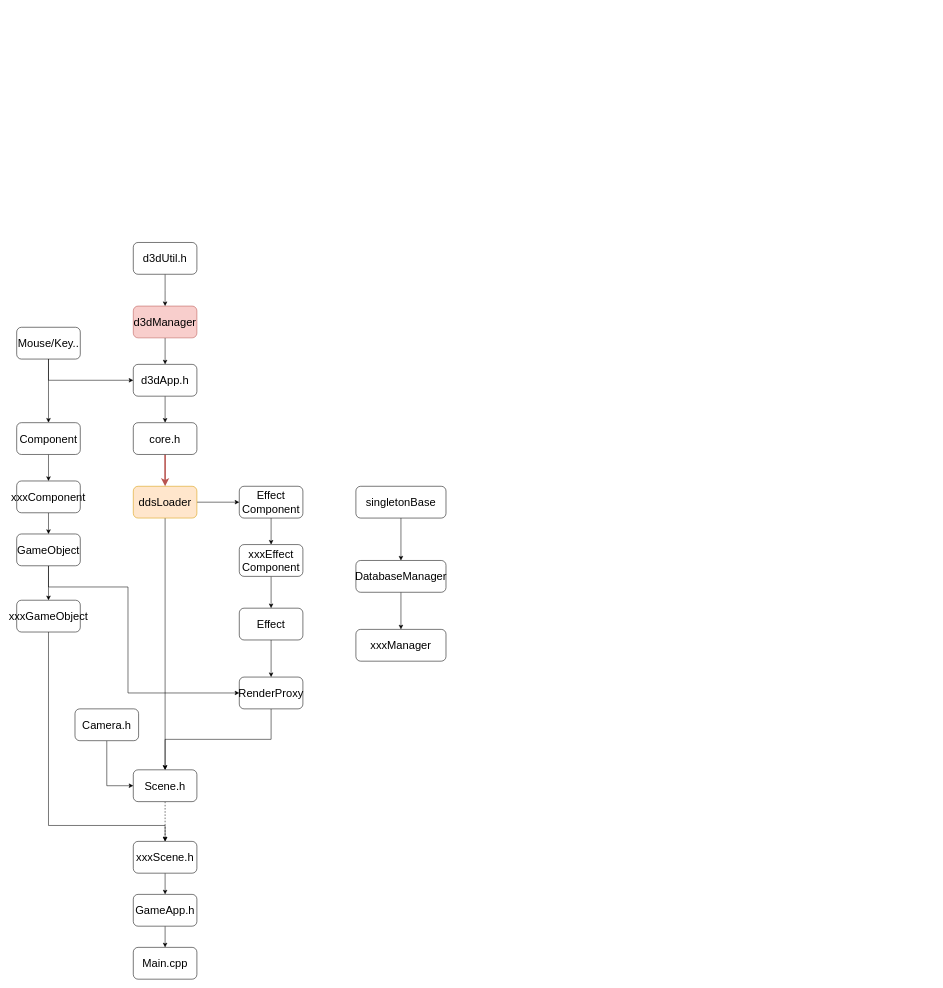
Before: 依赖图咪.drawio in morphotherain/GrassRootAI, a draw.io diagram. Source tidied: cells renumbered, new cells numbered last; positions are measured from the earlier drawing's top-left corner, leaving out a move shared by most shapes. Both pictures are drawn from the tidied source at 53%, with x=0, y=0 at pixel (16, 242).
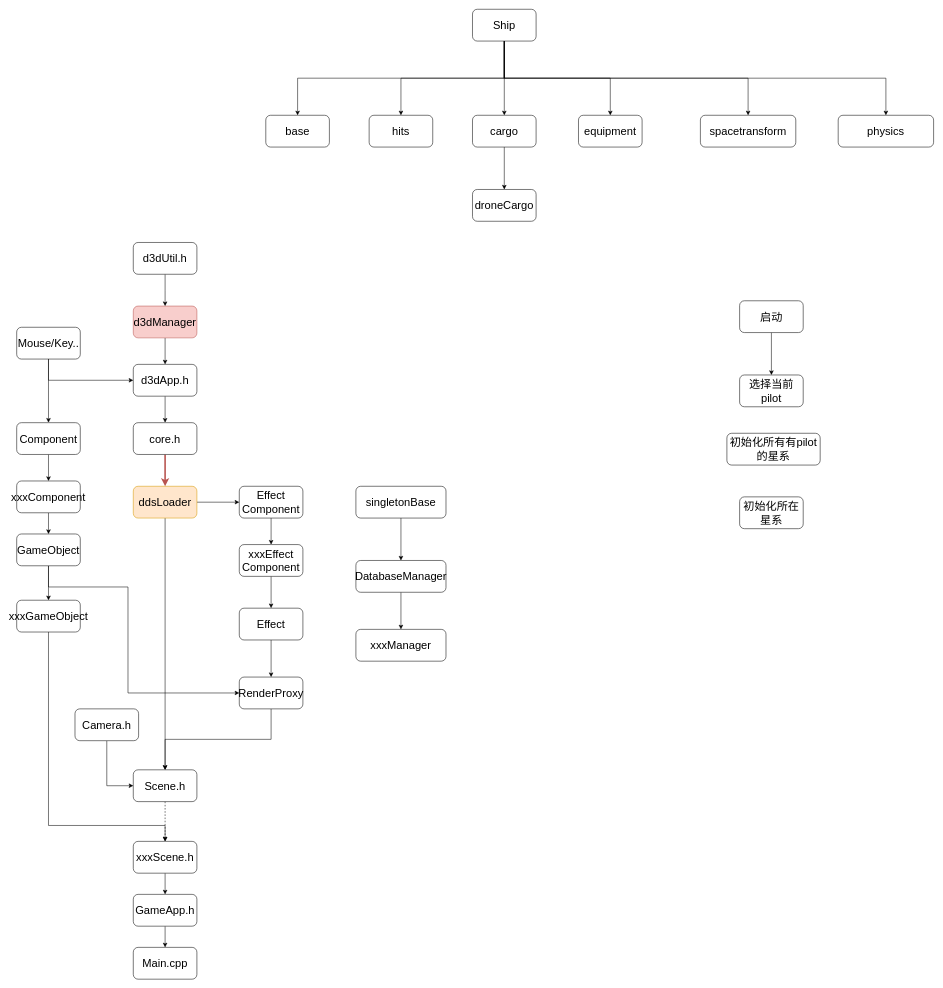
Above is the later version.

Diff of the diagram source:
```diff
@@
+    <mxCell id="47" value="&lt;font style=&quot;font-size: 21px&quot;&gt;hits&lt;br&gt;&lt;/font&gt;" style="rounded=1;whiteSpace=wrap;html=1;" parent="1" vertex="1">
+      <mxGeometry x="665" y="-240" width="120" height="60" as="geometry" />
+    </mxCell>
+    <mxCell id="48" style="edgeStyle=orthogonalEdgeStyle;rounded=0;jettySize=auto;html=1;" parent="1" edge="1" source="49" target="51">
+      <mxGeometry relative="1" as="geometry" />
+    </mxCell>
+    <mxCell id="49" value="&lt;font style=&quot;font-size: 21px&quot;&gt;cargo&lt;br&gt;&lt;/font&gt;" style="rounded=1;whiteSpace=wrap;html=1;" parent="1" vertex="1">
+      <mxGeometry x="860" y="-240" width="120" height="60" as="geometry" />
+    </mxCell>
+    <mxCell id="50" value="&lt;font style=&quot;font-size: 21px&quot;&gt;equipment&lt;br&gt;&lt;/font&gt;" style="rounded=1;whiteSpace=wrap;html=1;" parent="1" vertex="1">
+      <mxGeometry x="1060" y="-240" width="120" height="60" as="geometry" />
+    </mxCell>
+    <mxCell id="51" value="&lt;font style=&quot;font-size: 21px&quot;&gt;droneCargo&lt;br&gt;&lt;/font&gt;" style="rounded=1;whiteSpace=wrap;html=1;" parent="1" vertex="1">
+      <mxGeometry x="860" y="-100" width="120" height="60" as="geometry" />
+    </mxCell>
+    <mxCell id="52" value="&lt;font style=&quot;font-size: 21px&quot;&gt;base&lt;br&gt;&lt;/font&gt;" style="rounded=1;whiteSpace=wrap;html=1;" parent="1" vertex="1">
+      <mxGeometry x="470" y="-240" width="120" height="60" as="geometry" />
+    </mxCell>
+    <mxCell id="53" value="&lt;font style=&quot;font-size: 21px&quot;&gt;spacetransform&lt;br&gt;&lt;/font&gt;" style="rounded=1;whiteSpace=wrap;html=1;" parent="1" vertex="1">
+      <mxGeometry x="1290" y="-240" width="180" height="60" as="geometry" />
+    </mxCell>
+    <mxCell id="54" style="edgeStyle=orthogonalEdgeStyle;rounded=0;jettySize=auto;html=1;exitX=0.5;exitY=1;exitDx=0;exitDy=0;entryX=0.5;entryY=0;entryDx=0;entryDy=0;" parent="1" edge="1" source="60" target="52">
+      <mxGeometry relative="1" as="geometry" />
+    </mxCell>
+    <mxCell id="55" style="edgeStyle=orthogonalEdgeStyle;rounded=0;jettySize=auto;html=1;exitX=0.5;exitY=1;exitDx=0;exitDy=0;" parent="1" edge="1" source="60" target="47">
+      <mxGeometry relative="1" as="geometry" />
+    </mxCell>
+    <mxCell id="56" style="edgeStyle=orthogonalEdgeStyle;rounded=0;jettySize=auto;html=1;exitX=0.5;exitY=1;exitDx=0;exitDy=0;entryX=0.5;entryY=0;entryDx=0;entryDy=0;" parent="1" edge="1" source="60" target="49">
+      <mxGeometry relative="1" as="geometry" />
+    </mxCell>
+    <mxCell id="57" style="edgeStyle=orthogonalEdgeStyle;rounded=0;jettySize=auto;html=1;exitX=0.5;exitY=1;exitDx=0;exitDy=0;" parent="1" edge="1" source="60" target="50">
+      <mxGeometry relative="1" as="geometry" />
+    </mxCell>
+    <mxCell id="58" style="edgeStyle=orthogonalEdgeStyle;rounded=0;jettySize=auto;html=1;exitX=0.5;exitY=1;exitDx=0;exitDy=0;entryX=0.5;entryY=0;entryDx=0;entryDy=0;" parent="1" edge="1" source="60" target="53">
+      <mxGeometry relative="1" as="geometry" />
+    </mxCell>
+    <mxCell id="59" style="edgeStyle=orthogonalEdgeStyle;rounded=0;jettySize=auto;html=1;exitX=0.5;exitY=1;exitDx=0;exitDy=0;entryX=0.5;entryY=0;entryDx=0;entryDy=0;" parent="1" edge="1" source="60" target="61">
+      <mxGeometry relative="1" as="geometry" />
+    </mxCell>
+    <mxCell id="60" value="&lt;font style=&quot;font-size: 21px&quot;&gt;Ship&lt;br&gt;&lt;/font&gt;" style="rounded=1;whiteSpace=wrap;html=1;" parent="1" vertex="1">
+      <mxGeometry x="860" y="-440" width="120" height="60" as="geometry" />
+    </mxCell>
+    <mxCell id="61" value="&lt;font style=&quot;font-size: 21px&quot;&gt;physics&lt;br&gt;&lt;/font&gt;" style="rounded=1;whiteSpace=wrap;html=1;" parent="1" vertex="1">
+      <mxGeometry x="1550" y="-240" width="180" height="60" as="geometry" />
+    </mxCell>
+    <mxCell id="62" style="edgeStyle=orthogonalEdgeStyle;rounded=0;jettySize=auto;html=1;" parent="1" edge="1" source="63" target="64">
+      <mxGeometry relative="1" as="geometry" />
+    </mxCell>
+    <mxCell id="63" value="&lt;font style=&quot;font-size: 21px&quot;&gt;启动&lt;br&gt;&lt;/font&gt;" style="rounded=1;whiteSpace=wrap;html=1;" parent="1" vertex="1">
+      <mxGeometry x="1364" y="110" width="120" height="60" as="geometry" />
+    </mxCell>
+    <mxCell id="64" value="&lt;font style=&quot;font-size: 21px&quot;&gt;选择当前pilot&lt;br&gt;&lt;/font&gt;" style="rounded=1;whiteSpace=wrap;html=1;" parent="1" vertex="1">
+      <mxGeometry x="1364" y="250" width="120" height="60" as="geometry" />
+    </mxCell>
+    <mxCell id="65" value="&lt;font style=&quot;font-size: 21px&quot;&gt;初始化所有有pilot的星系&lt;br&gt;&lt;/font&gt;" style="rounded=1;whiteSpace=wrap;html=1;" parent="1" vertex="1">
+      <mxGeometry x="1340" y="360" width="176" height="60" as="geometry" />
+    </mxCell>
+    <mxCell id="66" value="&lt;font style=&quot;font-size: 21px&quot;&gt;初始化所在星系&lt;br&gt;&lt;/font&gt;" style="rounded=1;whiteSpace=wrap;html=1;" parent="1" vertex="1">
+      <mxGeometry x="1364" y="480" width="120" height="60" as="geometry" />
+    </mxCell>
```
